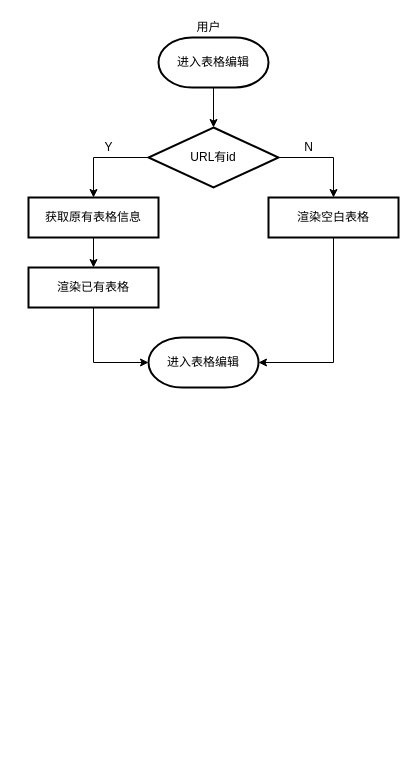
Above: excel.drawio in kongkong99/2048 (draw.io), before the change. Source tidied: cells renumbered, new cells numbered last; positions are measured from the earlier drawing's top-left corner, leaving out a move shared by most shapes. Both pictures are drawn from the tidied source at 100%, with x=0, y=0 at pixel (28, 17).
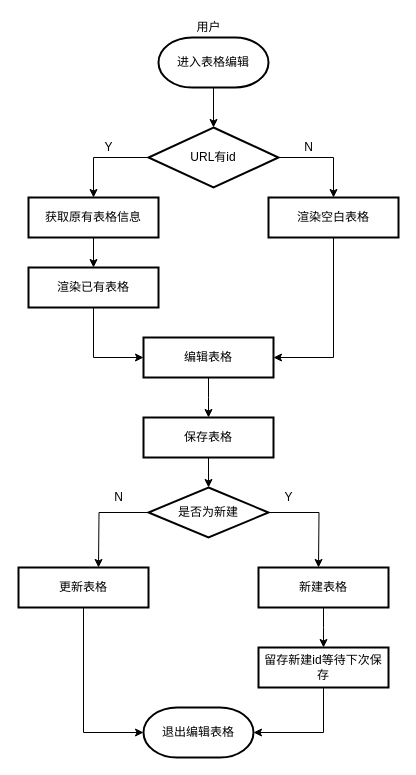
After the change.

Unchanged cells that the change refers to:
```xml
<mxCell id="12" value="渲染空白表格" style="rounded=0;whiteSpace=wrap;html=1;absoluteArcSize=1;arcSize=14;strokeWidth=2;" parent="1" vertex="1">
  <mxGeometry x="240" y="180" width="130" height="40" as="geometry" />
</mxCell>
<mxCell id="14" value="渲染已有表格" style="rounded=0;whiteSpace=wrap;html=1;absoluteArcSize=1;arcSize=14;strokeWidth=2;" parent="1" vertex="1">
  <mxGeometry y="250" width="130" height="40" as="geometry" />
</mxCell>
```

Diff of the diagram source:
```diff
@@
-    <mxCell id="10" value="进入表格编辑" style="strokeWidth=2;html=1;shape=mxgraph.flowchart.terminator;whiteSpace=wrap;" parent="1" vertex="1">
-      <mxGeometry x="120" y="320" width="110" height="50" as="geometry" />
-    </mxCell>
-    <mxCell id="11" style="edgeStyle=orthogonalEdgeStyle;rounded=0;jettySize=auto;html=1;exitX=0.5;exitY=1;exitDx=0;exitDy=0;entryX=1;entryY=0.5;entryDx=0;entryDy=0;entryPerimeter=0;" parent="1" edge="1" source="12" target="10">
-      <mxGeometry relative="1" as="geometry" />
-    </mxCell>
+    <mxCell id="17" style="edgeStyle=orthogonalEdgeStyle;rounded=0;jettySize=auto;html=1;exitX=0.5;exitY=1;exitDx=0;exitDy=0;entryX=1;entryY=0.5;entryDx=0;entryDy=0;" parent="1" edge="1" source="12" target="20">
+      <mxGeometry relative="1" as="geometry" />
+    </mxCell>
@@
-    <mxCell id="13" style="edgeStyle=orthogonalEdgeStyle;rounded=0;jettySize=auto;html=1;exitX=0.5;exitY=1;exitDx=0;exitDy=0;entryX=0;entryY=0.5;entryDx=0;entryDy=0;entryPerimeter=0;" parent="1" edge="1" source="14" target="10">
-      <mxGeometry relative="1" as="geometry" />
-    </mxCell>
+    <mxCell id="18" style="edgeStyle=orthogonalEdgeStyle;rounded=0;jettySize=auto;html=1;exitX=0.5;exitY=1;exitDx=0;exitDy=0;entryX=0;entryY=0.5;entryDx=0;entryDy=0;" parent="1" edge="1" source="14" target="20">
+      <mxGeometry relative="1" as="geometry" />
+    </mxCell>
@@
+    <mxCell id="19" style="edgeStyle=orthogonalEdgeStyle;rounded=0;jettySize=auto;html=1;exitX=0.5;exitY=1;exitDx=0;exitDy=0;" parent="1" edge="1" source="20">
+      <mxGeometry relative="1" as="geometry">
+        <mxPoint x="180" y="400" as="targetPoint" />
+      </mxGeometry>
+    </mxCell>
+    <mxCell id="20" value="编辑表格" style="rounded=0;whiteSpace=wrap;html=1;absoluteArcSize=1;arcSize=14;strokeWidth=2;" parent="1" vertex="1">
+      <mxGeometry x="115" y="320" width="130" height="40" as="geometry" />
+    </mxCell>
+    <mxCell id="21" style="edgeStyle=orthogonalEdgeStyle;rounded=0;jettySize=auto;html=1;exitX=0.5;exitY=1;exitDx=0;exitDy=0;entryX=0.5;entryY=0;entryDx=0;entryDy=0;entryPerimeter=0;" parent="1" edge="1" source="22" target="25">
+      <mxGeometry relative="1" as="geometry" />
+    </mxCell>
+    <mxCell id="22" value="保存表格" style="rounded=0;whiteSpace=wrap;html=1;absoluteArcSize=1;arcSize=14;strokeWidth=2;" parent="1" vertex="1">
+      <mxGeometry x="115" y="400" width="130" height="40" as="geometry" />
+    </mxCell>
+    <mxCell id="23" style="edgeStyle=orthogonalEdgeStyle;rounded=0;jettySize=auto;html=1;exitX=1;exitY=0.5;exitDx=0;exitDy=0;exitPerimeter=0;" parent="1" edge="1" source="25">
+      <mxGeometry relative="1" as="geometry">
+        <mxPoint x="290" y="550" as="targetPoint" />
+      </mxGeometry>
+    </mxCell>
+    <mxCell id="24" style="edgeStyle=orthogonalEdgeStyle;rounded=0;jettySize=auto;html=1;exitX=0;exitY=0.5;exitDx=0;exitDy=0;exitPerimeter=0;" parent="1" edge="1" source="25">
+      <mxGeometry relative="1" as="geometry">
+        <mxPoint x="70" y="550" as="targetPoint" />
+      </mxGeometry>
+    </mxCell>
+    <mxCell id="25" value="是否为新建" style="strokeWidth=2;html=1;shape=mxgraph.flowchart.decision;whiteSpace=wrap;rounded=0;" parent="1" vertex="1">
+      <mxGeometry x="120" y="470" width="120" height="50" as="geometry" />
+    </mxCell>
+    <mxCell id="26" style="edgeStyle=orthogonalEdgeStyle;rounded=0;jettySize=auto;html=1;exitX=0.5;exitY=1;exitDx=0;exitDy=0;entryX=0;entryY=0.5;entryDx=0;entryDy=0;entryPerimeter=0;" parent="1" edge="1" source="27" target="32">
+      <mxGeometry relative="1" as="geometry" />
+    </mxCell>
+    <mxCell id="27" value="更新表格" style="rounded=0;whiteSpace=wrap;html=1;absoluteArcSize=1;arcSize=14;strokeWidth=2;" parent="1" vertex="1">
+      <mxGeometry x="-10" y="550" width="130" height="40" as="geometry" />
+    </mxCell>
+    <mxCell id="28" style="edgeStyle=orthogonalEdgeStyle;rounded=0;jettySize=auto;html=1;exitX=0.5;exitY=1;exitDx=0;exitDy=0;" parent="1" edge="1" source="29">
+      <mxGeometry relative="1" as="geometry">
+        <mxPoint x="295" y="630" as="targetPoint" />
+      </mxGeometry>
+    </mxCell>
+    <mxCell id="29" value="新建表格" style="rounded=0;whiteSpace=wrap;html=1;absoluteArcSize=1;arcSize=14;strokeWidth=2;" parent="1" vertex="1">
+      <mxGeometry x="230" y="550" width="130" height="40" as="geometry" />
+    </mxCell>
+    <mxCell id="30" style="edgeStyle=orthogonalEdgeStyle;rounded=0;jettySize=auto;html=1;exitX=0.5;exitY=1;exitDx=0;exitDy=0;entryX=1;entryY=0.5;entryDx=0;entryDy=0;entryPerimeter=0;" parent="1" edge="1" source="31" target="32">
+      <mxGeometry relative="1" as="geometry" />
+    </mxCell>
+    <mxCell id="31" value="留存新建id等待下次保存" style="rounded=0;whiteSpace=wrap;html=1;absoluteArcSize=1;arcSize=14;strokeWidth=2;" parent="1" vertex="1">
+      <mxGeometry x="230" y="630" width="130" height="40" as="geometry" />
+    </mxCell>
+    <mxCell id="32" value="退出编辑表格" style="strokeWidth=2;html=1;shape=mxgraph.flowchart.terminator;whiteSpace=wrap;" parent="1" vertex="1">
+      <mxGeometry x="115" y="690" width="110" height="50" as="geometry" />
+    </mxCell>
+    <mxCell id="33" value="N" style="text;html=1;align=center;verticalAlign=middle;strokeColor=none;" parent="1" vertex="1">
+      <mxGeometry x="80" y="470" width="20" height="20" as="geometry" />
+    </mxCell>
+    <mxCell id="34" value="Y" style="text;html=1;align=center;verticalAlign=middle;strokeColor=none;" parent="1" vertex="1">
+      <mxGeometry x="250" y="470" width="20" height="20" as="geometry" />
+    </mxCell>
```
